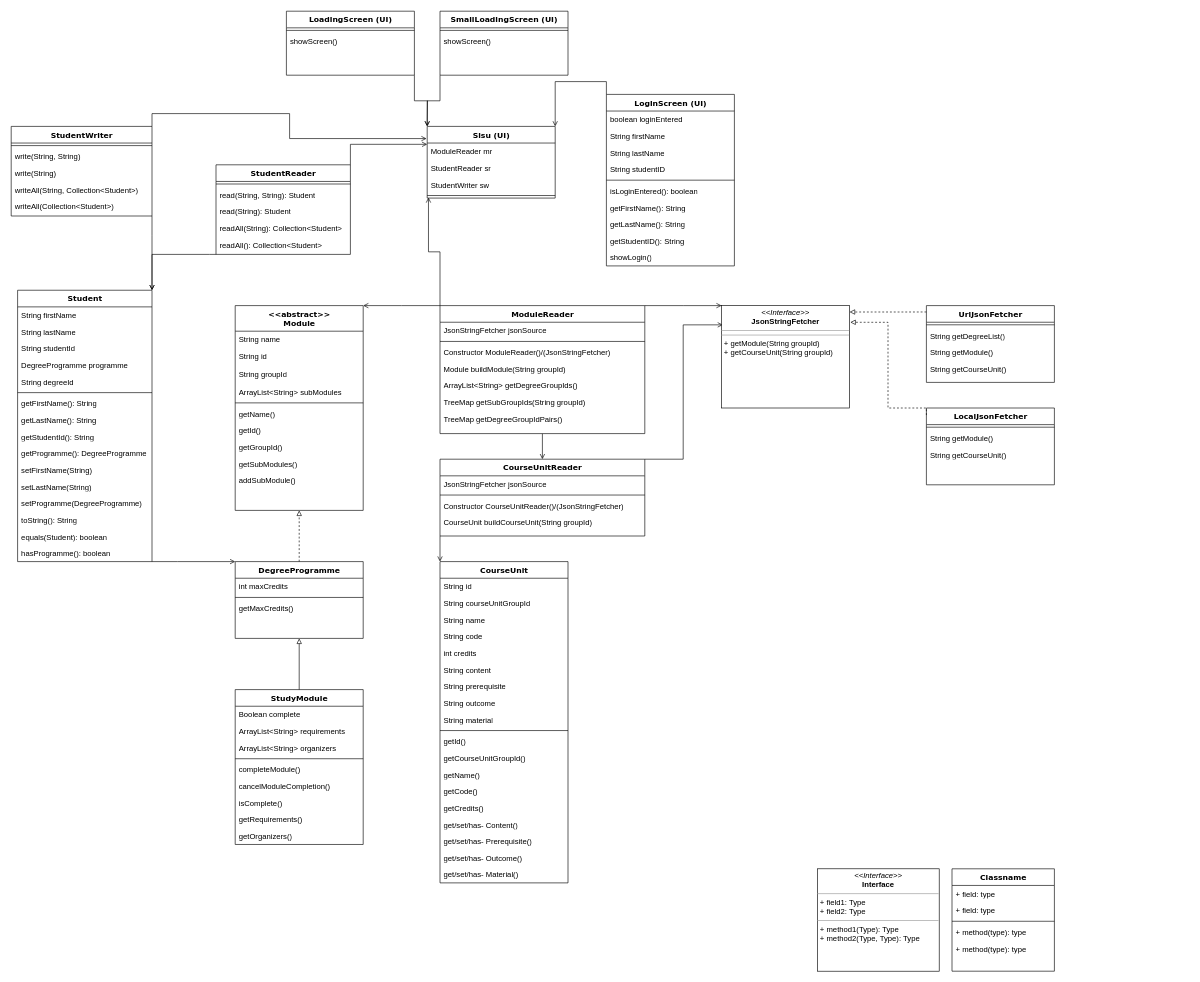
Earlier version of the draw.io diagram ClassDiagram.drawio (hasub0b/BetterSisu). Source tidied: cells renumbered, new cells numbered last; positions are measured from the earlier drawing's top-left corner, leaving out a move shared by most shapes. Both pictures are drawn from the tidied source at 64%, with x=0, y=0 at pixel (11, 11).
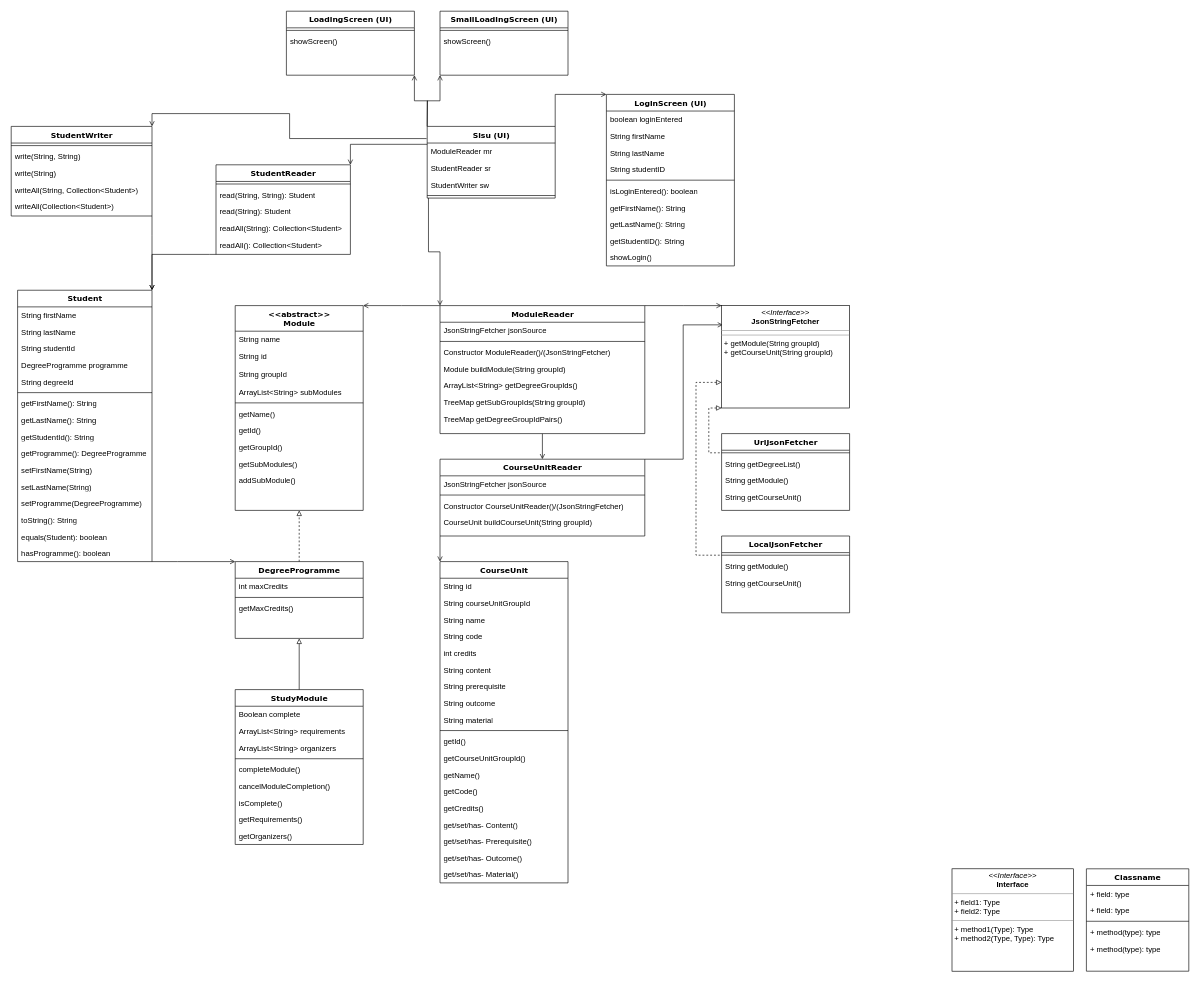
Above is the later version.

Commit message:
fix UI arrow directions

The change refers to these unchanged cells:
```xml
<mxCell id="67" value="&lt;div&gt;ModuleReader&lt;/div&gt;" style="swimlane;html=1;fontStyle=1;align=center;verticalAlign=top;horizontal=1;startSize=26;swimlaneFillColor=#ffffff;rounded=0;shadow=0;comic=0;labelBackgroundColor=none;strokeWidth=1;fillColor=none;fontFamily=Verdana;fontSize=12;" parent="1" vertex="1">
  <mxGeometry x="670" y="460" width="320" height="200" as="geometry" />
</mxCell>
<mxCell id="80" value="&lt;p style=&quot;margin: 0px ; margin-top: 4px ; text-align: center&quot;&gt;&lt;i&gt;&amp;lt;&amp;lt;Interface&amp;gt;&amp;gt;&lt;/i&gt;&lt;br&gt;&lt;b&gt;JsonStringFetcher&lt;/b&gt;&lt;br&gt;&lt;/p&gt;&lt;hr size=&quot;1&quot;&gt;&lt;hr size=&quot;1&quot;&gt;&lt;p style=&quot;margin: 0px ; margin-left: 4px&quot;&gt;+ getModule(String groupId)&lt;br&gt;+ getCourseUnit(String groupId)&lt;br&gt;&lt;/p&gt;" style="verticalAlign=top;align=left;overflow=fill;fontSize=12;fontFamily=Helvetica;html=1;rounded=0;shadow=0;comic=0;labelBackgroundColor=none;strokeWidth=1;" parent="1" vertex="1">
  <mxGeometry x="1110" y="460" width="200" height="160" as="geometry" />
</mxCell>
<mxCell id="87" value="Sisu (UI)" style="swimlane;html=1;fontStyle=1;align=center;verticalAlign=top;horizontal=1;startSize=26;swimlaneFillColor=#ffffff;rounded=0;shadow=0;comic=0;labelBackgroundColor=none;strokeWidth=1;fillColor=none;fontFamily=Verdana;fontSize=12;" parent="1" vertex="1">
  <mxGeometry x="650" y="180" width="200" height="112" as="geometry" />
</mxCell>
<mxCell id="88" value="ModuleReader mr" style="text;html=1;strokeColor=none;fillColor=none;align=left;verticalAlign=top;spacingLeft=4;spacingRight=4;whiteSpace=wrap;overflow=hidden;points=[[0,0.5],[1,0.5]];portConstraint=eastwest;" parent="87" vertex="1">
  <mxGeometry y="26" width="200" height="26" as="geometry" />
</mxCell>
<mxCell id="91" style="line;html=1;strokeWidth=1;fillColor=none;align=left;verticalAlign=middle;spacingTop=-1;spacingLeft=3;spacingRight=3;labelPosition=right;points=[];portConstraint=eastwest;" parent="87" vertex="1">
  <mxGeometry y="104" width="200" height="8" as="geometry" />
</mxCell>
<mxCell id="111" value="StudentReader" style="swimlane;html=1;fontStyle=1;align=center;verticalAlign=top;horizontal=1;startSize=26;swimlaneFillColor=#ffffff;rounded=0;shadow=0;comic=0;labelBackgroundColor=none;strokeWidth=1;fillColor=none;fontFamily=Verdana;fontSize=12;" parent="1" vertex="1">
  <mxGeometry x="320" y="240" width="210" height="140" as="geometry" />
</mxCell>
<mxCell id="118" value="StudentWriter" style="swimlane;html=1;fontStyle=1;align=center;verticalAlign=top;horizontal=1;startSize=26;swimlaneFillColor=#ffffff;rounded=0;shadow=0;comic=0;labelBackgroundColor=none;strokeWidth=1;fillColor=none;fontFamily=Verdana;fontSize=12;" parent="1" vertex="1">
  <mxGeometry y="180" width="220" height="140" as="geometry" />
</mxCell>
<mxCell id="127" value="SmallLoadingScreen (UI)" style="swimlane;html=1;fontStyle=1;align=center;verticalAlign=top;horizontal=1;startSize=26;swimlaneFillColor=#ffffff;rounded=0;shadow=0;comic=0;labelBackgroundColor=none;strokeWidth=1;fillColor=none;fontFamily=Verdana;fontSize=12;" parent="1" vertex="1">
  <mxGeometry x="670" width="200" height="100" as="geometry" />
</mxCell>
<mxCell id="131" value="LoadingScreen (UI)" style="swimlane;html=1;fontStyle=1;align=center;verticalAlign=top;horizontal=1;startSize=26;swimlaneFillColor=#ffffff;rounded=0;shadow=0;comic=0;labelBackgroundColor=none;strokeWidth=1;fillColor=none;fontFamily=Verdana;fontSize=12;" parent="1" vertex="1">
  <mxGeometry x="430" width="200" height="100" as="geometry" />
</mxCell>
<mxCell id="135" value="LoginScreen (UI)" style="swimlane;html=1;fontStyle=1;align=center;verticalAlign=top;horizontal=1;startSize=26;swimlaneFillColor=#ffffff;rounded=0;shadow=0;comic=0;labelBackgroundColor=none;strokeWidth=1;fillColor=none;fontFamily=Verdana;fontSize=12;" parent="1" vertex="1">
  <mxGeometry x="930" y="130" width="200" height="268" as="geometry" />
</mxCell>
```

Diff of the diagram source:
```diff
@@
     <mxCell id="2" value="Classname" style="swimlane;html=1;fontStyle=1;align=center;verticalAlign=top;horizontal=1;startSize=26;swimlaneFillColor=#ffffff;rounded=0;shadow=0;comic=0;labelBackgroundColor=none;strokeWidth=1;fillColor=none;fontFamily=Verdana;fontSize=12;" parent="1" vertex="1">
-      <mxGeometry x="1470" y="1340" width="160" height="160" as="geometry" />
+      <mxGeometry x="1680" y="1340" width="160" height="160" as="geometry" />
     </mxCell>
@@
     <mxCell id="8" value="&lt;p style=&quot;margin:0px;margin-top:4px;text-align:center;&quot;&gt;&lt;i&gt;&amp;lt;&amp;lt;Interface&amp;gt;&amp;gt;&lt;/i&gt;&lt;br/&gt;&lt;b&gt;Interface&lt;/b&gt;&lt;/p&gt;&lt;hr size=&quot;1&quot;/&gt;&lt;p style=&quot;margin:0px;margin-left:4px;&quot;&gt;+ field1: Type&lt;br/&gt;+ field2: Type&lt;/p&gt;&lt;hr size=&quot;1&quot;/&gt;&lt;p style=&quot;margin:0px;margin-left:4px;&quot;&gt;+ method1(Type): Type&lt;br/&gt;+ method2(Type, Type): Type&lt;/p&gt;" style="verticalAlign=top;align=left;overflow=fill;fontSize=12;fontFamily=Helvetica;html=1;rounded=0;shadow=0;comic=0;labelBackgroundColor=none;strokeWidth=1;" parent="1" vertex="1">
-      <mxGeometry x="1260" y="1340" width="190" height="160" as="geometry" />
+      <mxGeometry x="1470" y="1340" width="190" height="160" as="geometry" />
     </mxCell>
@@
-    <mxCell id="66" style="edgeStyle=orthogonalEdgeStyle;shape=connector;rounded=0;jettySize=auto;html=1;exitX=0;exitY=0;exitDx=0;exitDy=0;entryX=0.01;entryY=0.875;entryDx=0;entryDy=0;entryPerimeter=0;labelBackgroundColor=default;fontFamily=Helvetica;fontSize=11;fontColor=default;endArrow=open;endFill=0;strokeColor=default;" parent="1" edge="1" source="67" target="91">
+    <mxCell id="66" style="edgeStyle=orthogonalEdgeStyle;shape=connector;rounded=0;jettySize=auto;html=1;exitX=0;exitY=0;exitDx=0;exitDy=0;entryX=0.01;entryY=0.875;entryDx=0;entryDy=0;entryPerimeter=0;labelBackgroundColor=default;fontFamily=Helvetica;fontSize=11;fontColor=default;endArrow=none;endFill=0;strokeColor=default;startArrow=open;startFill=0;" parent="1" edge="1" source="67" target="91">
       <mxGeometry relative="1" as="geometry" />
     </mxCell>
@@
-    <mxCell id="75" style="edgeStyle=orthogonalEdgeStyle;rounded=0;jettySize=auto;html=1;exitX=0;exitY=0.092;exitDx=0;exitDy=0;entryX=1.005;entryY=0.163;entryDx=0;entryDy=0;entryPerimeter=0;dashed=1;endArrow=block;endFill=0;exitPerimeter=0;" parent="1" edge="1" source="76" target="80">
-      <mxGeometry relative="1" as="geometry">
-        <Array as="points">
-          <mxPoint x="1430" y="620" />
-          <mxPoint x="1370" y="620" />
-          <mxPoint x="1370" y="486" />
-        </Array>
-      </mxGeometry>
-    </mxCell>
     <mxCell id="76" value="LocalJsonFetcher" style="swimlane;html=1;fontStyle=1;align=center;verticalAlign=top;horizontal=1;startSize=26;swimlaneFillColor=#ffffff;rounded=0;shadow=0;comic=0;labelBackgroundColor=none;strokeWidth=1;fillColor=none;fontFamily=Verdana;fontSize=12;" parent="1" vertex="1">
-      <mxGeometry x="1430" y="620" width="200" height="120" as="geometry" />
+      <mxGeometry x="1110" y="820" width="200" height="120" as="geometry" />
     </mxCell>
@@
+    <mxCell id="146" style="edgeStyle=orthogonalEdgeStyle;rounded=0;jettySize=auto;html=1;exitX=0;exitY=0.75;exitDx=0;exitDy=0;entryX=0;entryY=0.25;entryDx=0;entryDy=0;startArrow=block;startFill=0;endArrow=none;endFill=0;dashed=1;" parent="1" edge="1" source="80" target="76">
+      <mxGeometry relative="1" as="geometry">
+        <Array as="points">
+          <mxPoint x="1070" y="580" />
+          <mxPoint x="1070" y="850" />
+        </Array>
+      </mxGeometry>
+    </mxCell>
+    <mxCell id="147" style="edgeStyle=orthogonalEdgeStyle;rounded=0;jettySize=auto;html=1;exitX=0;exitY=1;exitDx=0;exitDy=0;entryX=0;entryY=0.25;entryDx=0;entryDy=0;startArrow=block;startFill=0;endArrow=none;endFill=0;dashed=1;" parent="1" edge="1" source="80" target="82">
+      <mxGeometry relative="1" as="geometry">
+        <Array as="points">
+          <mxPoint x="1090" y="620" />
+          <mxPoint x="1090" y="690" />
+        </Array>
+      </mxGeometry>
+    </mxCell>
@@
-    <mxCell id="81" style="edgeStyle=orthogonalEdgeStyle;rounded=0;jettySize=auto;html=1;dashed=1;endArrow=block;endFill=0;exitX=0;exitY=0.083;exitDx=0;exitDy=0;exitPerimeter=0;" parent="1" edge="1" source="82" target="80">
-      <mxGeometry relative="1" as="geometry">
-        <Array as="points">
-          <mxPoint x="1400" y="470" />
-          <mxPoint x="1400" y="470" />
-        </Array>
-      </mxGeometry>
-    </mxCell>
     <mxCell id="82" value="UrlJsonFetcher" style="swimlane;html=1;fontStyle=1;align=center;verticalAlign=top;horizontal=1;startSize=26;swimlaneFillColor=#ffffff;rounded=0;shadow=0;comic=0;labelBackgroundColor=none;strokeWidth=1;fillColor=none;fontFamily=Verdana;fontSize=12;" parent="1" vertex="1">
-      <mxGeometry x="1430" y="460" width="200" height="120" as="geometry" />
+      <mxGeometry x="1110" y="660" width="200" height="120" as="geometry" />
     </mxCell>
@@
-    <mxCell id="110" style="edgeStyle=orthogonalEdgeStyle;shape=connector;rounded=0;jettySize=auto;html=1;exitX=1;exitY=0;exitDx=0;exitDy=0;entryX=0;entryY=0.077;entryDx=0;entryDy=0;entryPerimeter=0;labelBackgroundColor=default;fontFamily=Helvetica;fontSize=11;fontColor=default;endArrow=open;endFill=0;strokeColor=default;" parent="1" edge="1" source="111" target="88">
+    <mxCell id="110" style="edgeStyle=orthogonalEdgeStyle;shape=connector;rounded=0;jettySize=auto;html=1;exitX=1;exitY=0;exitDx=0;exitDy=0;entryX=0;entryY=0.077;entryDx=0;entryDy=0;entryPerimeter=0;labelBackgroundColor=default;fontFamily=Helvetica;fontSize=11;fontColor=default;endArrow=none;endFill=0;strokeColor=default;startArrow=open;startFill=0;" parent="1" edge="1" source="111" target="88">
       <mxGeometry relative="1" as="geometry" />
     </mxCell>
@@
-    <mxCell id="117" style="edgeStyle=orthogonalEdgeStyle;shape=connector;rounded=0;jettySize=auto;html=1;exitX=1;exitY=0;exitDx=0;exitDy=0;entryX=-0.005;entryY=0.17;entryDx=0;entryDy=0;entryPerimeter=0;labelBackgroundColor=default;fontFamily=Helvetica;fontSize=11;fontColor=default;endArrow=open;endFill=0;strokeColor=default;" parent="1" edge="1" source="118" target="87">
+    <mxCell id="117" style="edgeStyle=orthogonalEdgeStyle;shape=connector;rounded=0;jettySize=auto;html=1;exitX=1;exitY=0;exitDx=0;exitDy=0;entryX=-0.005;entryY=0.17;entryDx=0;entryDy=0;entryPerimeter=0;labelBackgroundColor=default;fontFamily=Helvetica;fontSize=11;fontColor=default;endArrow=none;endFill=0;strokeColor=default;startArrow=open;startFill=0;" parent="1" edge="1" source="118" target="87">
       <mxGeometry relative="1" as="geometry" />
     </mxCell>
@@
-    <mxCell id="126" style="edgeStyle=orthogonalEdgeStyle;shape=connector;rounded=0;jettySize=auto;html=1;exitX=0;exitY=1;exitDx=0;exitDy=0;entryX=0;entryY=0;entryDx=0;entryDy=0;labelBackgroundColor=default;fontFamily=Helvetica;fontSize=11;fontColor=default;endArrow=open;endFill=0;strokeColor=default;" parent="1" edge="1" source="127" target="87">
+    <mxCell id="126" style="edgeStyle=orthogonalEdgeStyle;shape=connector;rounded=0;jettySize=auto;html=1;exitX=0;exitY=1;exitDx=0;exitDy=0;entryX=0;entryY=0;entryDx=0;entryDy=0;labelBackgroundColor=default;fontFamily=Helvetica;fontSize=11;fontColor=default;endArrow=none;endFill=0;strokeColor=default;startArrow=open;startFill=0;" parent="1" edge="1" source="127" target="87">
       <mxGeometry relative="1" as="geometry" />
     </mxCell>
@@
-    <mxCell id="130" style="edgeStyle=orthogonalEdgeStyle;shape=connector;rounded=0;jettySize=auto;html=1;exitX=1;exitY=1;exitDx=0;exitDy=0;labelBackgroundColor=default;fontFamily=Helvetica;fontSize=11;fontColor=default;endArrow=open;endFill=0;strokeColor=default;" parent="1" edge="1" source="131">
+    <mxCell id="130" style="edgeStyle=orthogonalEdgeStyle;shape=connector;rounded=0;jettySize=auto;html=1;exitX=1;exitY=1;exitDx=0;exitDy=0;labelBackgroundColor=default;fontFamily=Helvetica;fontSize=11;fontColor=default;endArrow=none;endFill=0;strokeColor=default;startArrow=open;startFill=0;" parent="1" edge="1" source="131">
       <mxGeometry relative="1" as="geometry">
         <mxPoint x="650" y="180" as="targetPoint" />
       </mxGeometry>
     </mxCell>
@@
-    <mxCell id="134" style="edgeStyle=orthogonalEdgeStyle;shape=connector;rounded=0;jettySize=auto;html=1;exitX=0;exitY=0;exitDx=0;exitDy=0;entryX=1;entryY=0;entryDx=0;entryDy=0;labelBackgroundColor=default;fontFamily=Helvetica;fontSize=11;fontColor=default;endArrow=open;endFill=0;strokeColor=default;" parent="1" edge="1" source="135" target="87">
-      <mxGeometry relative="1" as="geometry" />
+    <mxCell id="134" style="edgeStyle=orthogonalEdgeStyle;shape=connector;rounded=0;jettySize=auto;html=1;exitX=0;exitY=0;exitDx=0;exitDy=0;entryX=1;entryY=0;entryDx=0;entryDy=0;labelBackgroundColor=default;fontFamily=Helvetica;fontSize=11;fontColor=default;endArrow=none;endFill=0;strokeColor=default;startArrow=open;startFill=0;" parent="1" edge="1" source="135" target="87">
+      <mxGeometry relative="1" as="geometry">
+        <Array as="points">
+          <mxPoint x="850" y="130" />
+        </Array>
+      </mxGeometry>
     </mxCell>
```
